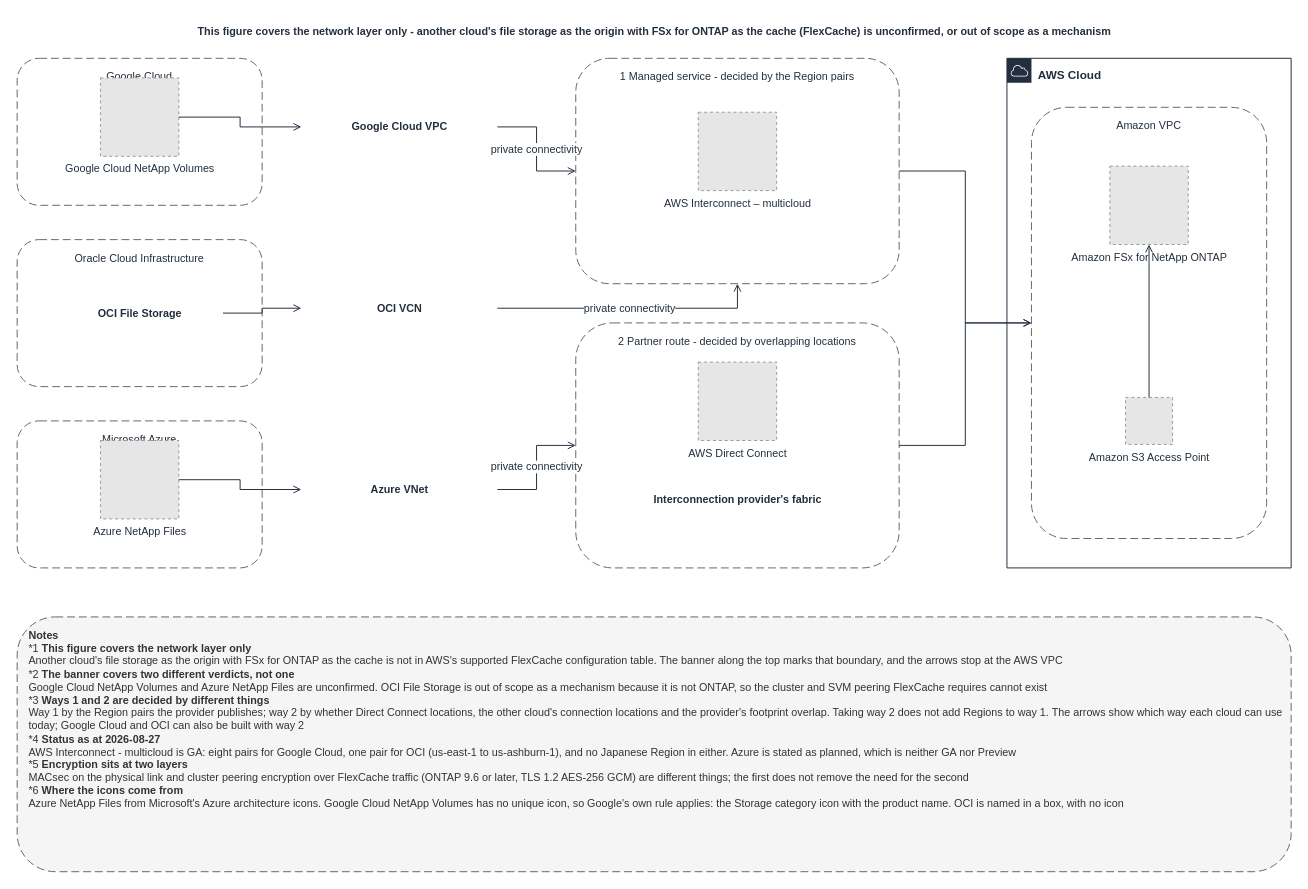
This is docs/_assets/diagrams/s3burst-cross-cloud-connectivity-en.drawio from Yoshiki0705/S3-Burst-on-ONTAP-Files, a draw.io file, before an edit. Source tidied: cells renumbered, new cells numbered last; positions are measured from the earlier drawing's top-left corner, leaving out a move shared by most shapes. Both pictures are drawn from the tidied source at 98%, with x=0, y=0 at pixel (17, 17). Pictures stored in the file or linked from it are replaced by grey dashed boxes.
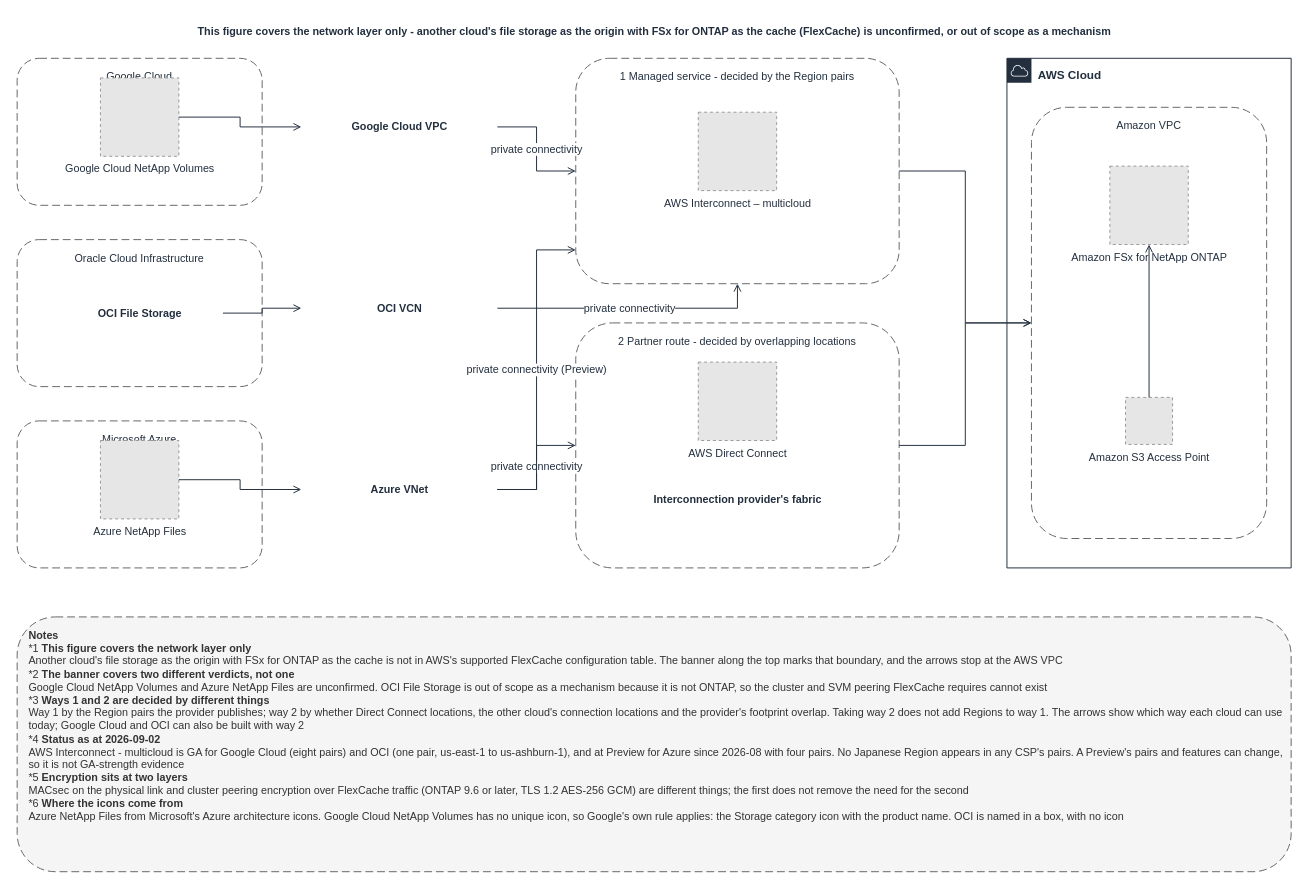
After the change.

Unchanged cells that the change refers to:
```xml
<mxCell id="6" value="1 Managed service - decided by the Region pairs" style="rounded=1;whiteSpace=wrap;html=1;dashed=1;dashPattern=8 4;strokeColor=#666666;fillColor=none;fontColor=#232F3E;fontSize=11;verticalAlign=top;align=center;spacingTop=6;" parent="1" vertex="1">
  <mxGeometry x="570" y="42" width="330" height="230" as="geometry" />
</mxCell>
<mxCell id="12" value="Azure VNet" style="text;html=1;strokeColor=none;fillColor=none;align=center;verticalAlign=middle;fontSize=11;fontStyle=1;fontColor=#232F3E;" parent="1" vertex="1">
  <mxGeometry x="290" y="472" width="200" height="20" as="geometry" />
</mxCell>
```

The edit, as a diff of the source:
```diff
@@
+    <mxCell id="31" value="private connectivity (Preview)" style="edgeStyle=orthogonalEdgeStyle;rounded=0;html=1;endArrow=open;endFill=0;strokeColor=#232F3E;strokeWidth=1;fontSize=11;fontColor=#232F3E;entryX=0.0;entryY=0.85;entryDx=0;entryDy=0;" parent="1" edge="1" source="12" target="6">
+      <mxGeometry relative="1" as="geometry" />
+    </mxCell>
@@
-    <mxCell id="30" value="&lt;b&gt;Notes&lt;/b&gt;&lt;br&gt;*1 &lt;b&gt;This figure covers the network layer only&lt;/b&gt;&lt;br&gt;Another cloud's file storage as the origin with FSx for ONTAP as the cache is not in AWS's supported FlexCache configuration table. The banner along the top marks that boundary, and the arrows stop at the AWS VPC&lt;br&gt;*2 &lt;b&gt;The banner covers two different verdicts, not one&lt;/b&gt;&lt;br&gt;Google Cloud NetApp Volumes and Azure NetApp Files are unconfirmed. OCI File Storage is out of scope as a mechanism because it is not ONTAP, so the cluster and SVM peering FlexCache requires cannot exist&lt;br&gt;*3 &lt;b&gt;Ways 1 and 2 are decided by different things&lt;/b&gt;&lt;br&gt;Way 1 by the Region pairs the provider publishes; way 2 by whether Direct Connect locations, the other cloud's connection locations and the provider's footprint overlap. Taking way 2 does not add Regions to way 1. The arrows show which way each cloud can use today; Google Cloud and OCI can also be built with way 2&lt;br&gt;*4 &lt;b&gt;Status as at 2026-08-27&lt;/b&gt;&lt;br&gt;AWS Interconnect - multicloud is GA: eight pairs for Google Cloud, one pair for OCI (us-east-1 to us-ashburn-1), and no Japanese Region in either. Azure is stated as planned, which is neither GA nor Preview&lt;br&gt;*5 &lt;b&gt;Encryption sits at two layers&lt;/b&gt;&lt;br&gt;MACsec on the physical link and cluster peering encryption over FlexCache traffic (ONTAP 9.6 or later, TLS 1.2 AES-256 GCM) are different things; the first does not remove the need for the second&lt;br&gt;*6 &lt;b&gt;Where the icons come from&lt;/b&gt;&lt;br&gt;Azure NetApp Files from Microsoft's Azure architecture icons. Google Cloud NetApp Volumes has no unique icon, so Google's own rule applies: the Storage category icon with the product name. OCI is named in a box, with no icon" style="rounded=1;whiteSpace=wrap;html=1;dashed=1;dashPattern=8 4;strokeColor=#666666;fillColor=#F5F5F5;fontColor=#333333;fontSize=11;align=left;verticalAlign=top;spacingLeft=10;spacingTop=6;" parent="1" vertex="1">
+    <mxCell id="30" value="&lt;b&gt;Notes&lt;/b&gt;&lt;br&gt;*1 &lt;b&gt;This figure covers the network layer only&lt;/b&gt;&lt;br&gt;Another cloud's file storage as the origin with FSx for ONTAP as the cache is not in AWS's supported FlexCache configuration table. The banner along the top marks that boundary, and the arrows stop at the AWS VPC&lt;br&gt;*2 &lt;b&gt;The banner covers two different verdicts, not one&lt;/b&gt;&lt;br&gt;Google Cloud NetApp Volumes and Azure NetApp Files are unconfirmed. OCI File Storage is out of scope as a mechanism because it is not ONTAP, so the cluster and SVM peering FlexCache requires cannot exist&lt;br&gt;*3 &lt;b&gt;Ways 1 and 2 are decided by different things&lt;/b&gt;&lt;br&gt;Way 1 by the Region pairs the provider publishes; way 2 by whether Direct Connect locations, the other cloud's connection locations and the provider's footprint overlap. Taking way 2 does not add Regions to way 1. The arrows show which way each cloud can use today; Google Cloud and OCI can also be built with way 2&lt;br&gt;*4 &lt;b&gt;Status as at 2026-09-02&lt;/b&gt;&lt;br&gt;AWS Interconnect - multicloud is GA for Google Cloud (eight pairs) and OCI (one pair, us-east-1 to us-ashburn-1), and at Preview for Azure since 2026-08 with four pairs. No Japanese Region appears in any CSP's pairs. A Preview's pairs and features can change, so it is not GA-strength evidence&lt;br&gt;*5 &lt;b&gt;Encryption sits at two layers&lt;/b&gt;&lt;br&gt;MACsec on the physical link and cluster peering encryption over FlexCache traffic (ONTAP 9.6 or later, TLS 1.2 AES-256 GCM) are different things; the first does not remove the need for the second&lt;br&gt;*6 &lt;b&gt;Where the icons come from&lt;/b&gt;&lt;br&gt;Azure NetApp Files from Microsoft's Azure architecture icons. Google Cloud NetApp Volumes has no unique icon, so Google's own rule applies: the Storage category icon with the product name. OCI is named in a box, with no icon" style="rounded=1;whiteSpace=wrap;html=1;dashed=1;dashPattern=8 4;strokeColor=#666666;fillColor=#F5F5F5;fontColor=#333333;fontSize=11;align=left;verticalAlign=top;spacingLeft=10;spacingTop=6;" parent="1" vertex="1">
       <mxGeometry y="612" width="1300" height="260" as="geometry" />
     </mxCell>
```
